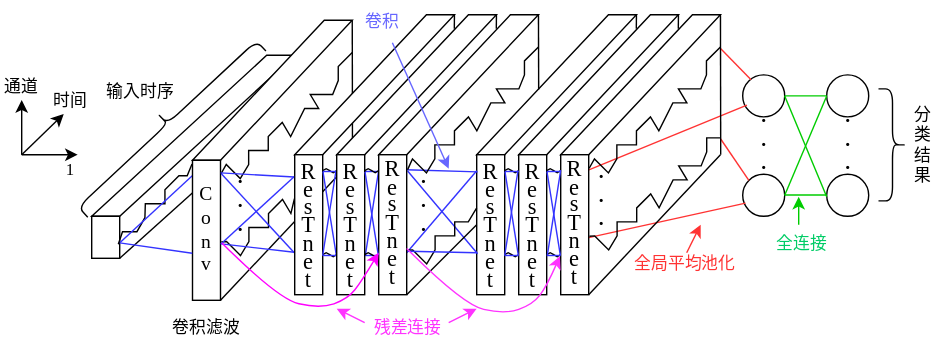
Before: littlepaper/图4 网络模型结构图.svg, a diagram exported from draw.io (wangxinzhi0/draw.io). Source tidied: cells renumbered, new cells last; positions are measured from the earlier drawing's top-left corner, leaving out a move shared by most shapes.
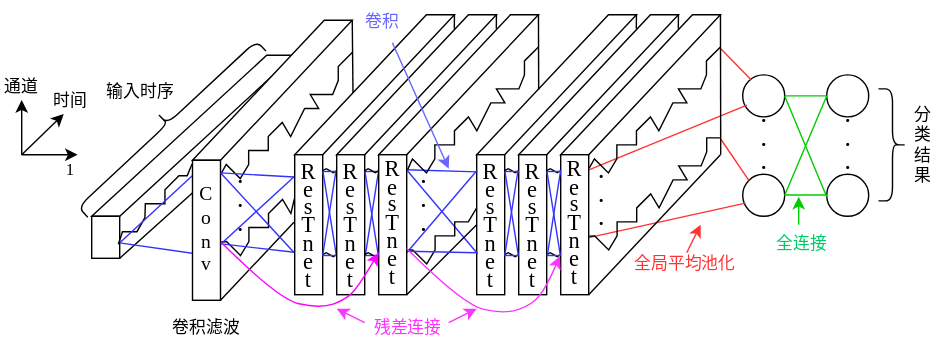
After the commit.

Commit message:
Update 图4 网络模型结构图.svg

The edit, as a diff of the source:
```diff
@@ -156,14 +156,11 @@
     <mxCell id="36" value="&lt;p style=&quot;line-height: 0.6&quot;&gt;&lt;/p&gt;&lt;h3&gt;&lt;/h3&gt;&lt;pre style=&quot;line-height: 0.8 ; font-size: 16px&quot;&gt;&lt;br&gt;&lt;/pre&gt;&lt;p&gt;&lt;/p&gt;" style="rounded=0;whiteSpace=wrap;html=1;align=center;" parent="1" vertex="1">
       <mxGeometry x="137" y="114" width="20" height="100" as="geometry" />
     </mxCell>
-    <mxCell id="37" style="endArrow=none;html=1;rounded=0;exitX=1;exitY=1;exitDx=0;exitDy=0;" parent="1" edge="1" source="36">
-      <mxGeometry x="187" y="274" as="geometry">
-        <mxPoint x="251.1" y="114" as="targetPoint" />
-      </mxGeometry>
+    <mxCell id="37" style="endArrow=none;html=1;rounded=0;exitX=1;exitY=1;exitDx=0;exitDy=0;entryX=-0.028;entryY=0.483;entryDx=0;entryDy=0;entryPerimeter=0;" parent="1" edge="1" source="36" target="80">
+      <mxGeometry x="187" y="274" as="geometry" />
     </mxCell>
-    <mxCell id="38" style="endArrow=none;html=1;rounded=0;" parent="1" edge="1">
+    <mxCell id="38" style="endArrow=none;html=1;rounded=0;exitX=0.365;exitY=0.569;exitDx=0;exitDy=0;exitPerimeter=0;" parent="1" edge="1" source="79">
       <mxGeometry x="187" y="274" as="geometry">
-        <mxPoint x="251.3" y="114" as="sourcePoint" />
         <mxPoint x="251.1" y="14" as="targetPoint" />
       </mxGeometry>
     </mxCell>
```
